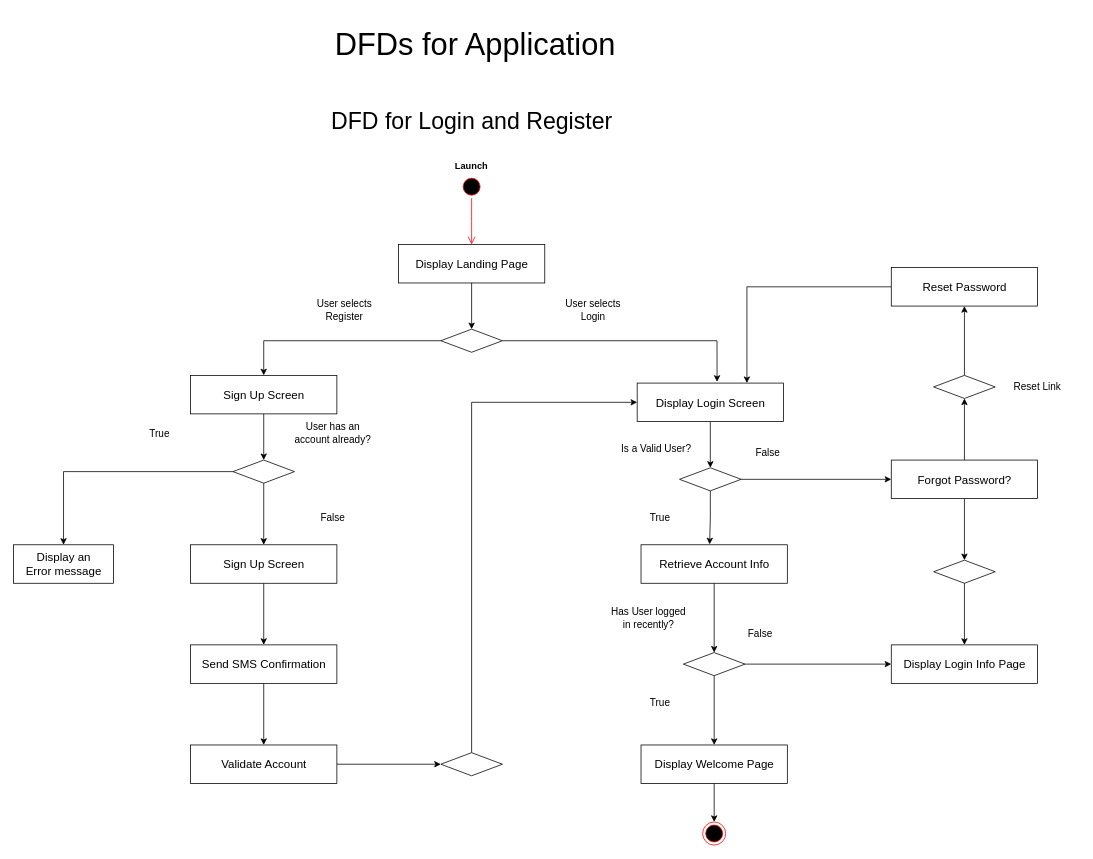
mathewpenny/MovieMatchV2 keeps this draw.io diagram as page "Page-2" (7 of 7) of DIagrams.drawio. Above is the earlier version. Source tidied: cells renumbered, new cells numbered last; positions are measured from the earlier drawing's top-left corner, leaving out a move shared by most shapes. Both pictures are drawn from the tidied source at 77%, with x=0, y=0 at pixel (13, 13).
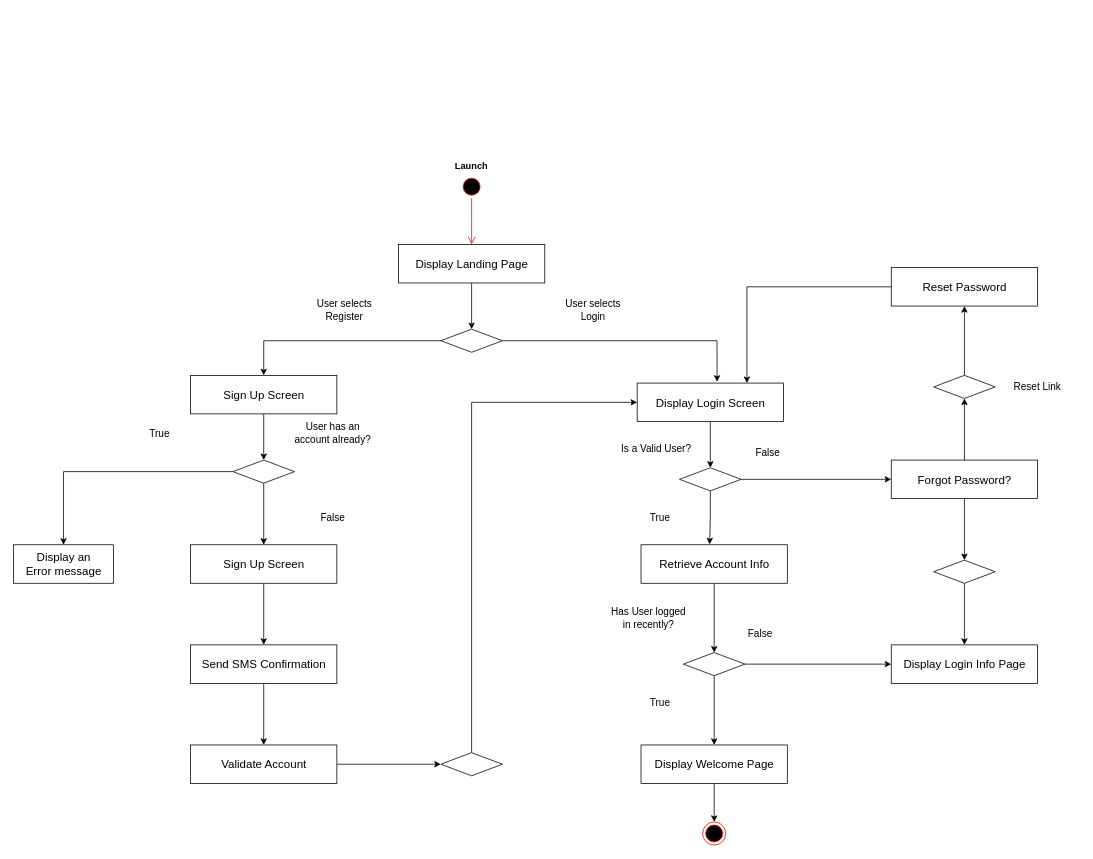
The same page after the edit.

Change to the diagram source:
```diff
@@
-    <mxCell id="2" value="&lt;font style=&quot;font-size: 40px;&quot;&gt;DFDs for Application&lt;/font&gt;" style="text;html=1;strokeColor=none;fillColor=none;align=center;verticalAlign=middle;whiteSpace=wrap;rounded=0;fontSize=30;" parent="1" vertex="1">
-      <mxGeometry x="400" width="400" height="80" as="geometry" />
-    </mxCell>
@@
-    <mxCell id="56" value="&lt;font style=&quot;font-size: 30px;&quot;&gt;DFD for Login and Register&lt;/font&gt;" style="text;html=1;strokeColor=none;fillColor=none;align=center;verticalAlign=middle;whiteSpace=wrap;rounded=0;fontSize=40;" parent="1" vertex="1">
-      <mxGeometry x="387.5" y="120" width="415" height="30" as="geometry" />
-    </mxCell>
```
